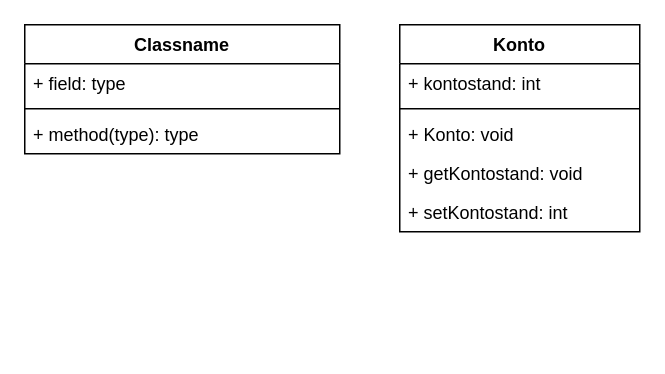
This is com/cc/java/Klassendiagramm.drawio from Geusen/02b_CodeLab_01, a draw.io file, before an edit. Source tidied: cells renumbered, new cells numbered last; positions are measured from the earlier drawing's top-left corner, leaving out a move shared by most shapes. Both pictures are drawn from the tidied source at 150%, with x=0, y=0 at pixel (24, 24).
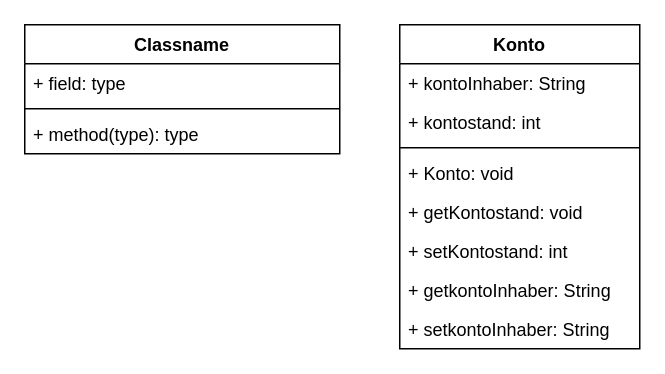
The same page after the edit.

The edit, as a diff of the source:
```diff
@@
 <mxGraphModel>
   <root>
     <mxCell id="0" />
     <mxCell id="1" parent="0" />
     <mxCell id="2" value="Konto" style="swimlane;fontStyle=1;align=center;verticalAlign=top;horizontal=1;startSize=26;" parent="1" vertex="1">
-      <mxGeometry x="250" width="160" height="138" as="geometry" />
+      <mxGeometry x="250" width="160" height="216" as="geometry" />
     </mxCell>
-    <mxCell id="3" value="+ kontostand: int" style="text;strokeColor=none;fillColor=none;align=left;verticalAlign=top;spacingLeft=4;spacingRight=4;overflow=hidden;" parent="2" vertex="1">
+    <mxCell id="3" value="+ kontoInhaber: String" style="text;strokeColor=none;fillColor=none;align=left;verticalAlign=top;spacingLeft=4;spacingRight=4;overflow=hidden;" parent="2" vertex="1">
       <mxGeometry y="26" width="160" height="26" as="geometry" />
     </mxCell>
+    <mxCell id="12" value="+ kontostand: int" style="text;strokeColor=none;fillColor=none;align=left;verticalAlign=top;spacingLeft=4;spacingRight=4;overflow=hidden;" parent="2" vertex="1">
+      <mxGeometry y="52" width="160" height="26" as="geometry" />
+    </mxCell>
     <mxCell id="4" style="line;strokeWidth=1;fillColor=none;align=left;verticalAlign=middle;spacingTop=-1;spacingLeft=3;spacingRight=3;labelPosition=right;strokeColor=inherit;" parent="2" vertex="1">
-      <mxGeometry y="52" width="160" height="8" as="geometry" />
+      <mxGeometry y="78" width="160" height="8" as="geometry" />
     </mxCell>
     <mxCell id="5" value="+ Konto: void" style="text;strokeColor=none;fillColor=none;align=left;verticalAlign=top;spacingLeft=4;spacingRight=4;overflow=hidden;" parent="2" vertex="1">
-      <mxGeometry y="60" width="160" height="26" as="geometry" />
+      <mxGeometry y="86" width="160" height="26" as="geometry" />
     </mxCell>
     <mxCell id="6" value="+ getKontostand: void" style="text;strokeColor=none;fillColor=none;align=left;verticalAlign=top;spacingLeft=4;spacingRight=4;overflow=hidden;" parent="2" vertex="1">
-      <mxGeometry y="86" width="160" height="26" as="geometry" />
+      <mxGeometry y="112" width="160" height="26" as="geometry" />
     </mxCell>
     <mxCell id="7" value="+ setKontostand: int" style="text;strokeColor=none;fillColor=none;align=left;verticalAlign=top;spacingLeft=4;spacingRight=4;overflow=hidden;" parent="2" vertex="1">
-      <mxGeometry y="112" width="160" height="26" as="geometry" />
+      <mxGeometry y="138" width="160" height="26" as="geometry" />
     </mxCell>
+    <mxCell id="13" value="+ getkontoInhaber: String" style="text;strokeColor=none;fillColor=none;align=left;verticalAlign=top;spacingLeft=4;spacingRight=4;overflow=hidden;" parent="2" vertex="1">
+      <mxGeometry y="164" width="160" height="26" as="geometry" />
+    </mxCell>
+    <mxCell id="14" value="+ setkontoInhaber: String" style="text;strokeColor=none;fillColor=none;align=left;verticalAlign=top;spacingLeft=4;spacingRight=4;overflow=hidden;" parent="2" vertex="1">
+      <mxGeometry y="190" width="160" height="26" as="geometry" />
+    </mxCell>
     <mxCell id="8" value="Classname" style="swimlane;fontStyle=1;align=center;verticalAlign=top;horizontal=1;startSize=26;" parent="1" vertex="1">
       <mxGeometry width="210" height="86" as="geometry" />
     </mxCell>
     <mxCell id="9" value="+ field: type" style="text;strokeColor=none;fillColor=none;align=left;verticalAlign=top;spacingLeft=4;spacingRight=4;overflow=hidden;" parent="8" vertex="1">
       <mxGeometry y="26" width="210" height="26" as="geometry" />
     </mxCell>
     <mxCell id="10" style="line;strokeWidth=1;fillColor=none;align=left;verticalAlign=middle;spacingTop=-1;spacingLeft=3;spacingRight=3;labelPosition=right;strokeColor=inherit;" parent="8" vertex="1">
       <mxGeometry y="52" width="210" height="8" as="geometry" />
     </mxCell>
     <mxCell id="11" value="+ method(type): type" style="text;strokeColor=none;fillColor=none;align=left;verticalAlign=top;spacingLeft=4;spacingRight=4;overflow=hidden;" parent="8" vertex="1">
       <mxGeometry y="60" width="210" height="26" as="geometry" />
     </mxCell>
   </root>
 </mxGraphModel>
```
